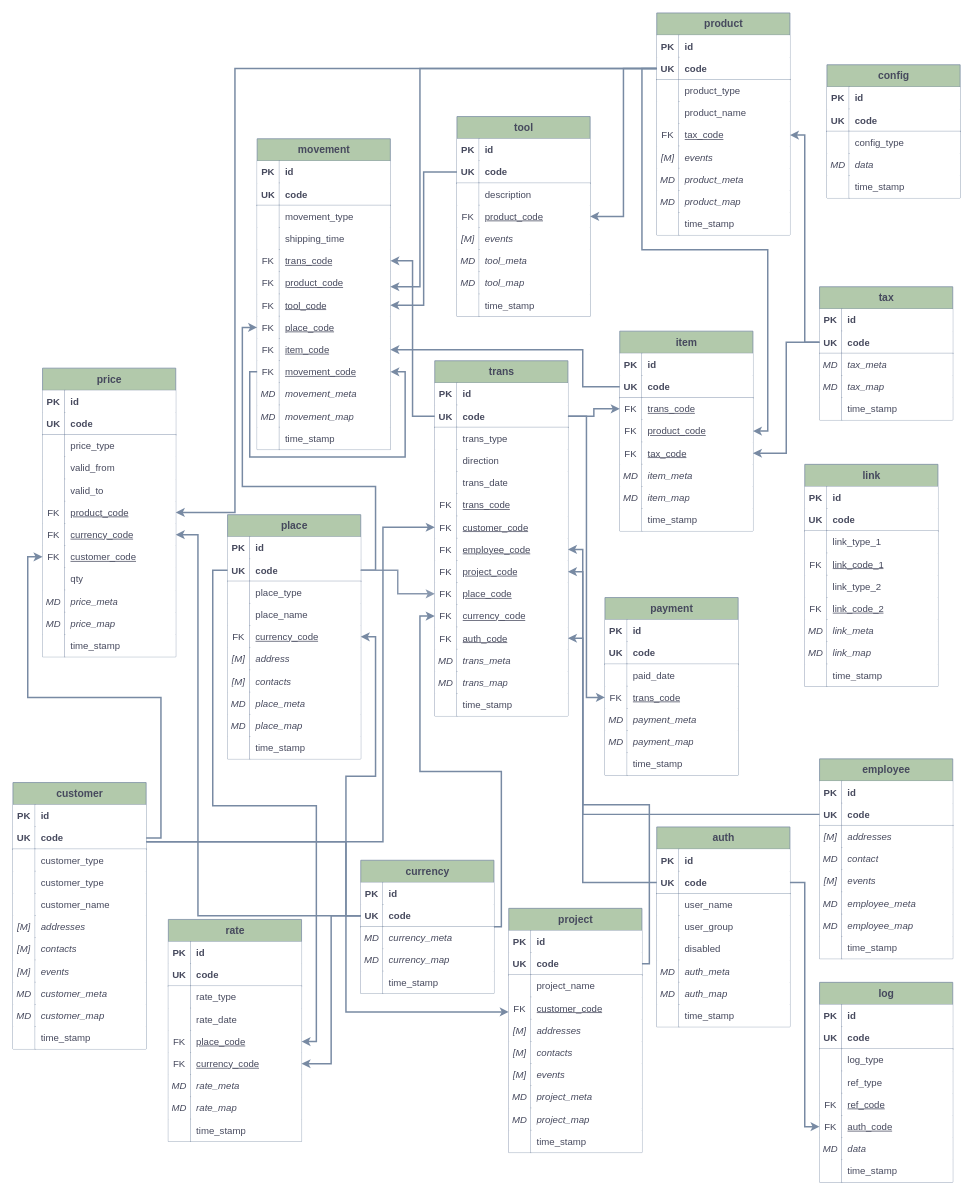
nervatura/nervatura keeps this draw.io diagram as docs6/images/nom_rel.drawio. Above is the earlier version. Source tidied: cells renumbered, new cells numbered last; positions are measured from the earlier drawing's top-left corner, leaving out a move shared by most shapes. Both pictures are drawn from the tidied source at 74%, with x=0, y=0 at pixel (13, 13).
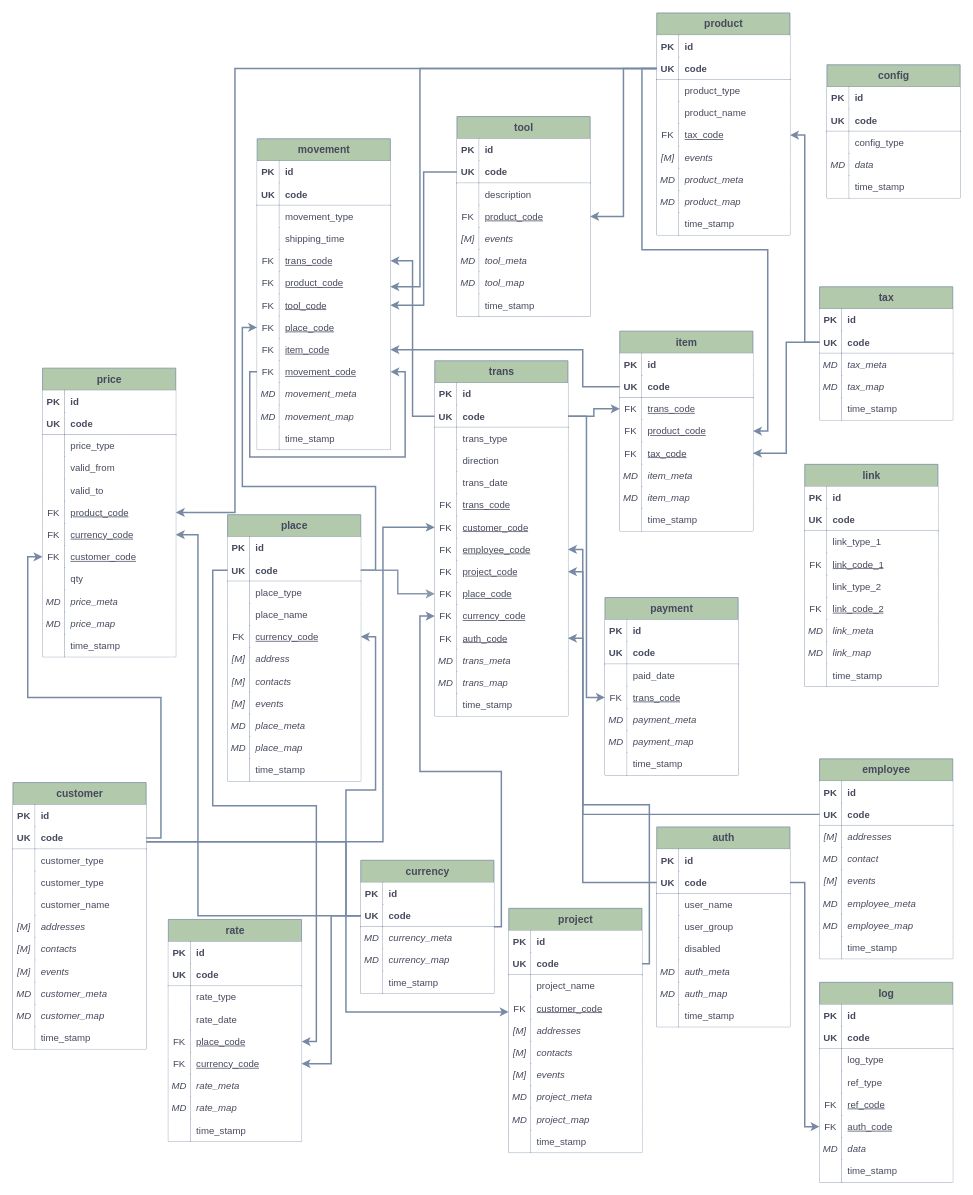
The same page after the edit.

Unchanged cells that the change refers to:
```xml
<mxCell id="122" style="shape=tableRow;horizontal=0;startSize=0;swimlaneHead=0;swimlaneBody=0;fillColor=none;points=[[0,0.5],[1,0.5]];portConstraint=eastwest;top=0;left=0;right=0;bottom=1;labelBackgroundColor=none;strokeColor=#788AA3;fontColor=#46495D;rounded=0;" parent="118" vertex="1">
  <mxGeometry y="60" width="180" height="30" as="geometry" />
</mxCell>
<mxCell id="147" style="shape=tableRow;horizontal=0;startSize=0;swimlaneHead=0;swimlaneBody=0;fillColor=none;points=[[0,0.5],[1,0.5]];portConstraint=eastwest;top=0;left=0;right=0;bottom=0;labelBackgroundColor=none;strokeColor=#788AA3;fontColor=#46495D;rounded=0;" parent="134" vertex="1">
  <mxGeometry y="150" width="180" height="30" as="geometry" />
</mxCell>
<mxCell id="156" style="shape=tableRow;horizontal=0;startSize=0;swimlaneHead=0;swimlaneBody=0;fillColor=none;top=0;left=0;right=0;bottom=0;labelBackgroundColor=none;strokeColor=#788AA3;fontColor=#46495D;rounded=0;" parent="134" vertex="1">
  <mxGeometry y="240" width="180" height="30" as="geometry" />
</mxCell>
<mxCell id="159" style="shape=tableRow;horizontal=0;startSize=0;swimlaneHead=0;swimlaneBody=0;fillColor=none;top=0;left=0;right=0;bottom=0;labelBackgroundColor=none;strokeColor=#788AA3;fontColor=#46495D;rounded=0;" parent="134" vertex="1">
  <mxGeometry y="270" width="180" height="30" as="geometry" />
</mxCell>
<mxCell id="162" style="shape=tableRow;horizontal=0;startSize=0;swimlaneHead=0;swimlaneBody=0;fillColor=none;top=0;left=0;right=0;bottom=0;labelBackgroundColor=none;strokeColor=#788AA3;fontColor=#46495D;rounded=0;" parent="134" vertex="1">
  <mxGeometry y="300" width="180" height="30" as="geometry" />
</mxCell>
```

The edit, as a diff of the source:
```diff
@@
     <mxCell id="134" value="place" style="shape=table;startSize=30;childLayout=tableLayout;rowLines=0;fontStyle=1;align=center;html=1;labelBackgroundColor=none;fillColor=#B2C9AB;strokeColor=#788AA3;fontColor=#46495D;fontSize=14;rounded=0;" parent="1" vertex="1">
-      <mxGeometry x="290" y="678" width="180" height="330" as="geometry" />
+      <mxGeometry x="290" y="678" width="180" height="360" as="geometry" />
     </mxCell>
@@
-    <mxCell id="157" value="MD" style="shape=partialRectangle;fillColor=default;top=0;left=0;bottom=0;right=1;overflow=hidden;whiteSpace=wrap;html=1;labelBackgroundColor=none;strokeColor=#788AA3;fontColor=#46495D;fontSize=13;rounded=0;fontStyle=2;" parent="156" vertex="1">
+    <mxCell id="157" value="[M]" style="shape=partialRectangle;fillColor=default;top=0;left=0;bottom=0;right=1;overflow=hidden;whiteSpace=wrap;html=1;labelBackgroundColor=none;strokeColor=#788AA3;fontColor=#46495D;fontSize=13;rounded=0;fontStyle=2;" parent="156" vertex="1">
       <mxGeometry width="30" height="30" as="geometry" />
     </mxCell>
-    <mxCell id="158" value="place_meta" style="shape=partialRectangle;fillColor=default;top=0;left=0;bottom=0;right=0;align=left;spacingLeft=6;overflow=hidden;whiteSpace=wrap;html=1;labelBackgroundColor=none;strokeColor=#788AA3;fontColor=#46495D;fontSize=13;rounded=0;fontStyle=2;" parent="156" vertex="1">
+    <mxCell id="158" value="events" style="shape=partialRectangle;fillColor=default;top=0;left=0;bottom=0;right=0;align=left;spacingLeft=6;overflow=hidden;whiteSpace=wrap;html=1;labelBackgroundColor=none;strokeColor=#788AA3;fontColor=#46495D;fontSize=13;rounded=0;fontStyle=2;" parent="156" vertex="1">
       <mxGeometry x="30" width="150" height="30" as="geometry" />
     </mxCell>
@@
-    <mxCell id="161" value="place_map" style="shape=partialRectangle;fillColor=default;top=0;left=0;bottom=0;right=0;align=left;spacingLeft=6;overflow=hidden;whiteSpace=wrap;html=1;labelBackgroundColor=none;strokeColor=#788AA3;fontColor=#46495D;fontSize=13;rounded=0;fontStyle=2;" parent="159" vertex="1">
+    <mxCell id="161" value="place_meta" style="shape=partialRectangle;fillColor=default;top=0;left=0;bottom=0;right=0;align=left;spacingLeft=6;overflow=hidden;whiteSpace=wrap;html=1;labelBackgroundColor=none;strokeColor=#788AA3;fontColor=#46495D;fontSize=13;rounded=0;fontStyle=2;" parent="159" vertex="1">
       <mxGeometry x="30" width="150" height="30" as="geometry" />
     </mxCell>
@@
-    <mxCell id="163" style="shape=partialRectangle;fillColor=default;top=0;left=0;bottom=0;right=1;overflow=hidden;whiteSpace=wrap;html=1;labelBackgroundColor=none;strokeColor=#788AA3;fontColor=#46495D;fontSize=13;rounded=0;" parent="162" vertex="1">
+    <mxCell id="163" value="MD" style="shape=partialRectangle;fillColor=default;top=0;left=0;bottom=0;right=1;overflow=hidden;whiteSpace=wrap;html=1;labelBackgroundColor=none;strokeColor=#788AA3;fontColor=#46495D;fontSize=13;rounded=0;fontStyle=2;" parent="162" vertex="1">
       <mxGeometry width="30" height="30" as="geometry" />
     </mxCell>
-    <mxCell id="164" value="time_stamp" style="shape=partialRectangle;fillColor=default;top=0;left=0;bottom=0;right=0;align=left;spacingLeft=6;overflow=hidden;whiteSpace=wrap;html=1;labelBackgroundColor=none;strokeColor=#788AA3;fontColor=#46495D;fontSize=13;rounded=0;" parent="162" vertex="1">
+    <mxCell id="164" value="place_map" style="shape=partialRectangle;fillColor=default;top=0;left=0;bottom=0;right=0;align=left;spacingLeft=6;overflow=hidden;whiteSpace=wrap;html=1;labelBackgroundColor=none;strokeColor=#788AA3;fontColor=#46495D;fontSize=13;rounded=0;fontStyle=2;" parent="162" vertex="1">
       <mxGeometry x="30" width="150" height="30" as="geometry" />
     </mxCell>
+    <mxCell id="526" style="shape=tableRow;horizontal=0;startSize=0;swimlaneHead=0;swimlaneBody=0;fillColor=none;top=0;left=0;right=0;bottom=0;labelBackgroundColor=none;strokeColor=#788AA3;fontColor=#46495D;rounded=0;" parent="134" vertex="1">
+      <mxGeometry y="330" width="180" height="30" as="geometry" />
+    </mxCell>
+    <mxCell id="527" style="shape=partialRectangle;fillColor=default;top=0;left=0;bottom=0;right=1;overflow=hidden;whiteSpace=wrap;html=1;labelBackgroundColor=none;strokeColor=#788AA3;fontColor=#46495D;fontSize=13;rounded=0;" parent="526" vertex="1">
+      <mxGeometry width="30" height="30" as="geometry" />
+    </mxCell>
+    <mxCell id="528" value="time_stamp" style="shape=partialRectangle;fillColor=default;top=0;left=0;bottom=0;right=0;align=left;spacingLeft=6;overflow=hidden;whiteSpace=wrap;html=1;labelBackgroundColor=none;strokeColor=#788AA3;fontColor=#46495D;fontSize=13;rounded=0;" parent="526" vertex="1">
+      <mxGeometry x="30" width="150" height="30" as="geometry" />
+    </mxCell>
     <mxCell id="165" style="edgeStyle=orthogonalEdgeStyle;rounded=0;jettySize=auto;html=1;entryX=1;entryY=0.5;entryDx=0;entryDy=0;strokeColor=#788AA3;strokeWidth=2;" parent="1" edge="1" source="122" target="147">
-      <mxGeometry relative="1" as="geometry" />
+      <mxGeometry relative="1" as="geometry">
+        <Array as="points">
+          <mxPoint x="450" y="1220" />
+          <mxPoint x="450" y="1050" />
+          <mxPoint x="490" y="1050" />
+          <mxPoint x="490" y="843" />
+        </Array>
+      </mxGeometry>
     </mxCell>
```
